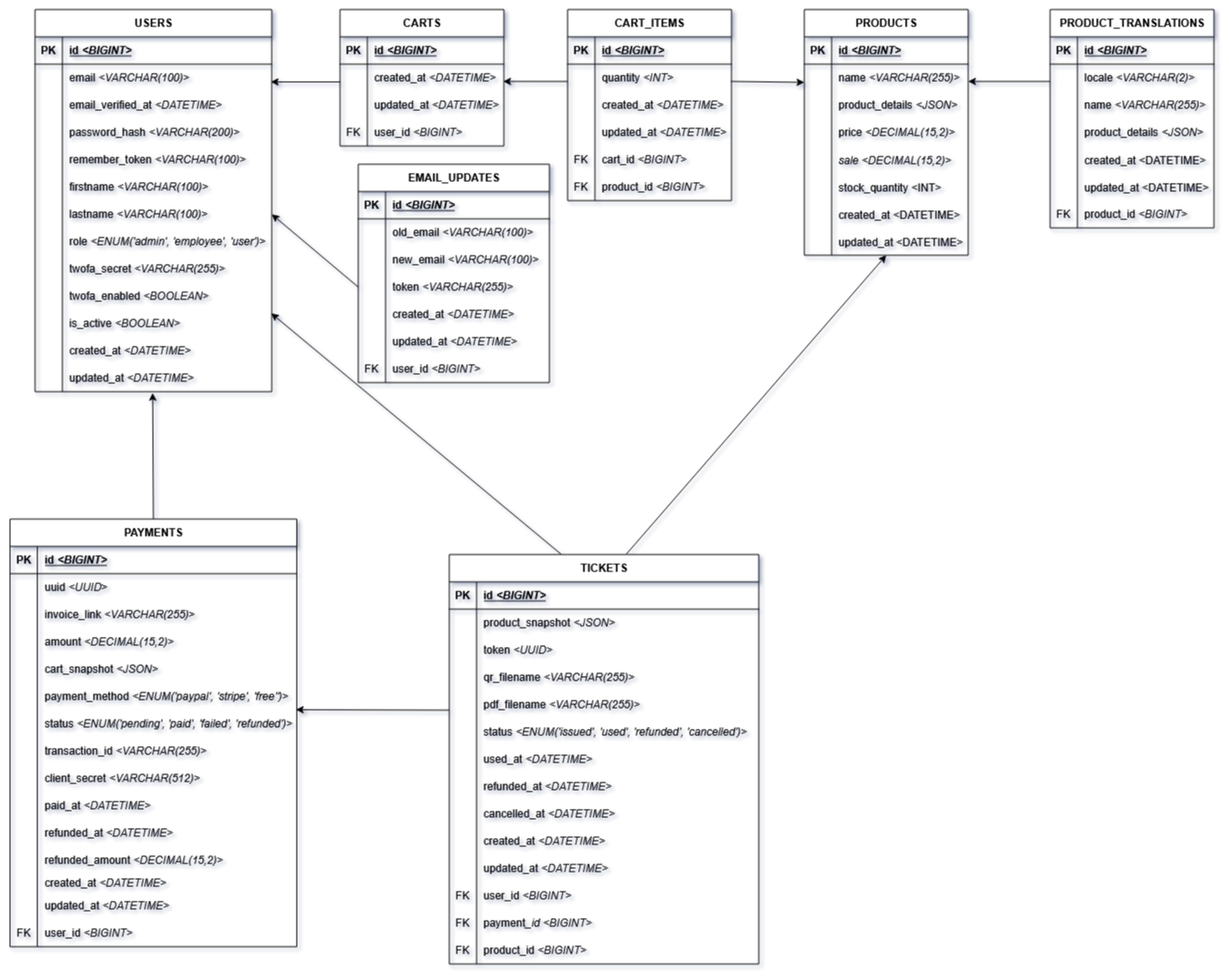
The draw.io diagram public/images/jo-mpd.png in MyriamKuhn/billet-jo, before a commit. Source tidied: cells renumbered, new cells last; positions are measured from the earlier drawing's top-left corner, leaving out a move shared by most shapes.
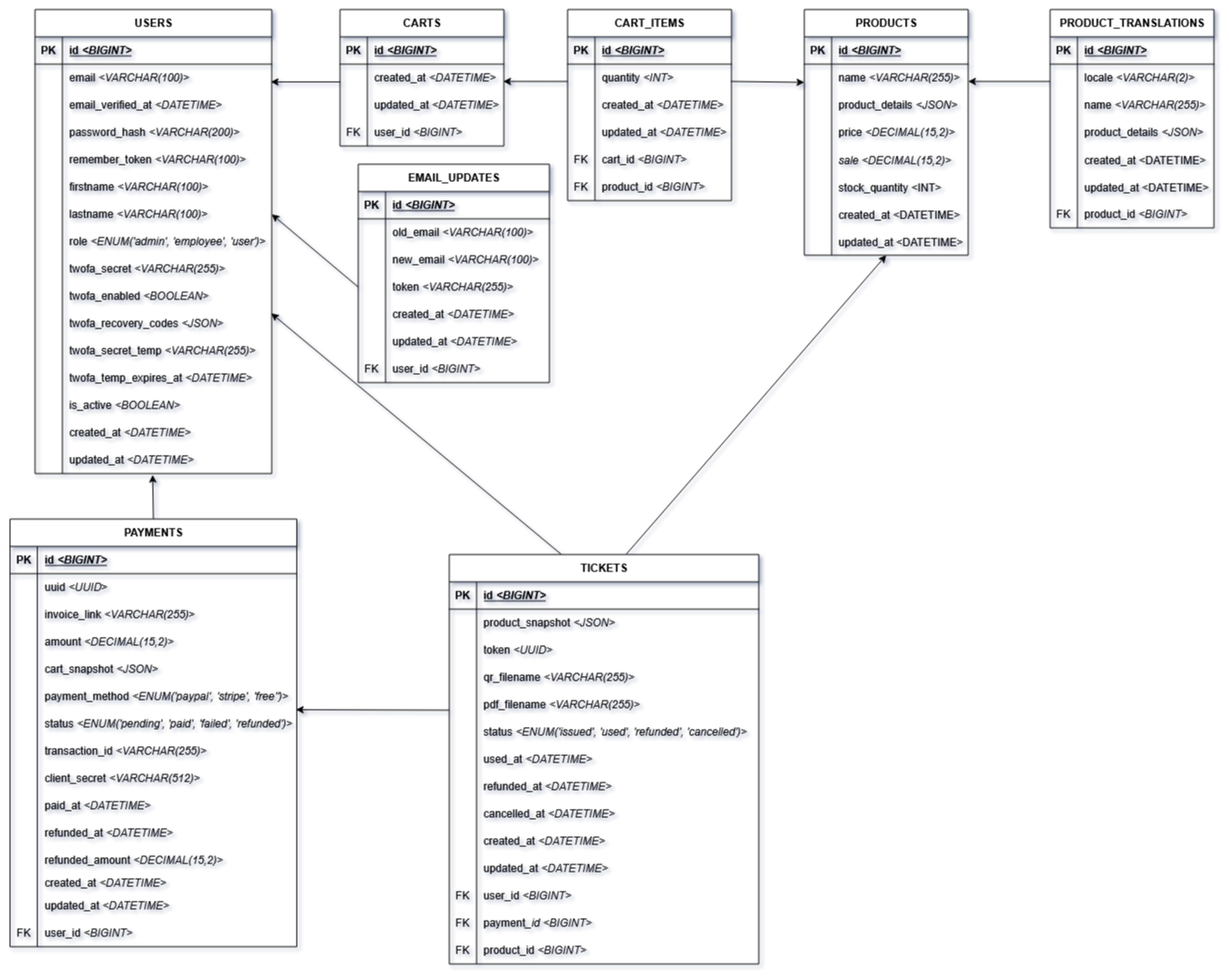
Later version of the same file.

Change to the diagram source:
```diff
@@ -3,7 +3,7 @@
     <mxCell id="0" />
     <mxCell id="1" parent="0" />
     <mxCell id="2" value="USERS" style="shape=table;startSize=30;rowLines=0;fontStyle=1;align=center;html=1;" parent="1" vertex="1">
-      <mxGeometry x="27" width="260" height="420" as="geometry" />
+      <mxGeometry x="27" width="260" height="510" as="geometry" />
     </mxCell>
     <mxCell id="3" style="shape=tableRow;horizontal=0;startSize=0;swimlaneHead=0;swimlaneBody=0;fillColor=none;top=0;left=0;right=0;bottom=1;" parent="2" vertex="1">
       <mxGeometry y="30" width="260" height="30" as="geometry" />
@@ -86,17 +86,44 @@
     <mxCell id="29" value="twofa_secret &lt;i&gt;&amp;lt;VARCHAR(255)&amp;gt;&lt;/i&gt;" style="shape=partialRectangle;fillColor=none;top=0;left=0;bottom=0;right=0;align=left;spacingLeft=6;overflow=hidden;whiteSpace=wrap;html=1;" parent="27" vertex="1">
       <mxGeometry x="30" width="230" height="30" as="geometry" />
     </mxCell>
+    <mxCell id="241" style="shape=tableRow;horizontal=0;startSize=0;swimlaneHead=0;swimlaneBody=0;fillColor=none;top=0;left=0;right=0;bottom=0;" parent="2" vertex="1">
+      <mxGeometry y="300" width="260" height="30" as="geometry" />
+    </mxCell>
+    <mxCell id="242" style="shape=partialRectangle;fillColor=none;top=0;left=0;bottom=0;right=0;overflow=hidden;whiteSpace=wrap;html=1;" parent="241" vertex="1">
+      <mxGeometry width="30" height="30" as="geometry" />
+    </mxCell>
+    <mxCell id="243" value="&lt;div&gt;twofa_enabled &lt;i&gt;&amp;lt;BOOLEAN&amp;gt;&lt;/i&gt;&lt;/div&gt;" style="shape=partialRectangle;fillColor=none;top=0;left=0;bottom=0;right=0;align=left;spacingLeft=6;overflow=hidden;whiteSpace=wrap;html=1;" parent="241" vertex="1">
+      <mxGeometry x="30" width="230" height="30" as="geometry" />
+    </mxCell>
+    <mxCell id="244" style="shape=tableRow;horizontal=0;startSize=0;swimlaneHead=0;swimlaneBody=0;fillColor=none;top=0;left=0;right=0;bottom=0;" parent="2" vertex="1">
+      <mxGeometry y="330" width="260" height="30" as="geometry" />
+    </mxCell>
+    <mxCell id="245" style="shape=partialRectangle;fillColor=none;top=0;left=0;bottom=0;right=0;overflow=hidden;whiteSpace=wrap;html=1;" parent="244" vertex="1">
+      <mxGeometry width="30" height="30" as="geometry" />
+    </mxCell>
+    <mxCell id="246" value="&lt;div&gt;twofa_recovery_codes&amp;nbsp;&lt;i&gt;&amp;lt;JSON&amp;gt;&lt;/i&gt;&lt;/div&gt;" style="shape=partialRectangle;fillColor=none;top=0;left=0;bottom=0;right=0;align=left;spacingLeft=6;overflow=hidden;whiteSpace=wrap;html=1;" parent="244" vertex="1">
+      <mxGeometry x="30" width="230" height="30" as="geometry" />
+    </mxCell>
+    <mxCell id="247" style="shape=tableRow;horizontal=0;startSize=0;swimlaneHead=0;swimlaneBody=0;fillColor=none;top=0;left=0;right=0;bottom=0;" parent="2" vertex="1">
+      <mxGeometry y="360" width="260" height="30" as="geometry" />
+    </mxCell>
+    <mxCell id="248" style="shape=partialRectangle;fillColor=none;top=0;left=0;bottom=0;right=0;overflow=hidden;whiteSpace=wrap;html=1;" parent="247" vertex="1">
+      <mxGeometry width="30" height="30" as="geometry" />
+    </mxCell>
+    <mxCell id="249" value="&lt;div&gt;twofa_secret_temp&amp;nbsp;&lt;i&gt;&amp;lt;VARCHAR(255)&amp;gt;&lt;/i&gt;&lt;/div&gt;" style="shape=partialRectangle;fillColor=none;top=0;left=0;bottom=0;right=0;align=left;spacingLeft=6;overflow=hidden;whiteSpace=wrap;html=1;" parent="247" vertex="1">
+      <mxGeometry x="30" width="230" height="30" as="geometry" />
+    </mxCell>
     <mxCell id="30" style="shape=tableRow;horizontal=0;startSize=0;swimlaneHead=0;swimlaneBody=0;fillColor=none;top=0;left=0;right=0;bottom=0;" parent="2" vertex="1">
-      <mxGeometry y="300" width="260" height="30" as="geometry" />
+      <mxGeometry y="390" width="260" height="30" as="geometry" />
     </mxCell>
     <mxCell id="31" style="shape=partialRectangle;fillColor=none;top=0;left=0;bottom=0;right=0;overflow=hidden;whiteSpace=wrap;html=1;" parent="30" vertex="1">
       <mxGeometry width="30" height="30" as="geometry" />
     </mxCell>
-    <mxCell id="32" value="&lt;div&gt;twofa_enabled &lt;i&gt;&amp;lt;BOOLEAN&amp;gt;&lt;/i&gt;&lt;/div&gt;" style="shape=partialRectangle;fillColor=none;top=0;left=0;bottom=0;right=0;align=left;spacingLeft=6;overflow=hidden;whiteSpace=wrap;html=1;" parent="30" vertex="1">
+    <mxCell id="32" value="&lt;div&gt;twofa_temp_expires_at&amp;nbsp;&lt;i&gt;&amp;lt;DATETIME&amp;gt;&lt;/i&gt;&lt;/div&gt;" style="shape=partialRectangle;fillColor=none;top=0;left=0;bottom=0;right=0;align=left;spacingLeft=6;overflow=hidden;whiteSpace=wrap;html=1;" parent="30" vertex="1">
       <mxGeometry x="30" width="230" height="30" as="geometry" />
     </mxCell>
     <mxCell id="33" style="shape=tableRow;horizontal=0;startSize=0;swimlaneHead=0;swimlaneBody=0;fillColor=none;top=0;left=0;right=0;bottom=0;" parent="2" vertex="1">
-      <mxGeometry y="330" width="260" height="30" as="geometry" />
+      <mxGeometry y="420" width="260" height="30" as="geometry" />
     </mxCell>
     <mxCell id="34" style="shape=partialRectangle;fillColor=none;top=0;left=0;bottom=0;right=0;overflow=hidden;whiteSpace=wrap;html=1;" parent="33" vertex="1">
       <mxGeometry width="30" height="30" as="geometry" />
@@ -105,7 +132,7 @@
       <mxGeometry x="30" width="230" height="30" as="geometry" />
     </mxCell>
     <mxCell id="36" style="shape=tableRow;horizontal=0;startSize=0;swimlaneHead=0;swimlaneBody=0;fillColor=none;top=0;left=0;right=0;bottom=0;" parent="2" vertex="1">
-      <mxGeometry y="360" width="260" height="30" as="geometry" />
+      <mxGeometry y="450" width="260" height="30" as="geometry" />
     </mxCell>
     <mxCell id="37" style="shape=partialRectangle;fillColor=none;top=0;left=0;bottom=0;right=0;overflow=hidden;whiteSpace=wrap;html=1;" parent="36" vertex="1">
       <mxGeometry width="30" height="30" as="geometry" />
@@ -114,7 +141,7 @@
       <mxGeometry x="30" width="230" height="30" as="geometry" />
     </mxCell>
     <mxCell id="39" style="shape=tableRow;horizontal=0;startSize=0;swimlaneHead=0;swimlaneBody=0;fillColor=none;points=[[0,0.5],[1,0.5]];portConstraint=eastwest;top=0;left=0;right=0;bottom=0;" parent="2" vertex="1">
-      <mxGeometry y="390" width="260" height="30" as="geometry" />
+      <mxGeometry y="480" width="260" height="30" as="geometry" />
     </mxCell>
     <mxCell id="40" style="shape=partialRectangle;fillColor=none;top=0;left=0;bottom=0;right=0;overflow=hidden;whiteSpace=wrap;html=1;" parent="39" vertex="1">
       <mxGeometry width="30" height="30" as="geometry" />
```
